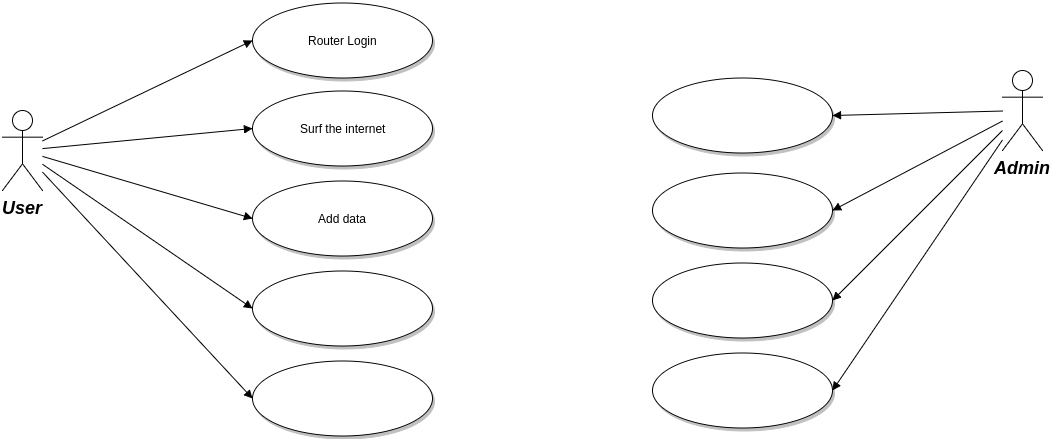
Before: Images/Case-Diagram-Surveillance.png, a diagram exported from draw.io (PeterRayner/COS301_Team_Haskell_Phase2). Source tidied: cells renumbered, new cells last; positions are measured from the earlier drawing's top-left corner, leaving out a move shared by most shapes. The source it was exported from:
```xml
<mxGraphModel background="#ffffff">
  <root>
    <mxCell id="0" style="html=1;" />
    <mxCell id="1" style="html=1;" parent="0" />
    <mxCell id="2" value="User" style="shape=umlActor;verticalLabelPosition=bottom;verticalAlign=top;fillColor=#FFFFFF;strokeColor=#000000;fontStyle=3;fontSize=18;fontFamily=Helvetica;strokeWidth=1;html=1;gradientColor=none;" parent="1" vertex="1">
      <mxGeometry y="108" width="40" height="80" as="geometry" />
    </mxCell>
    <mxCell id="3" value="Admin" style="shape=umlActor;verticalLabelPosition=bottom;verticalAlign=top;fillColor=#FFFFFF;strokeColor=#000000;fontStyle=3;fontSize=18;fontFamily=Helvetica;strokeWidth=1;html=1;gradientColor=none;" parent="1" vertex="1">
      <mxGeometry x="1000" y="68" width="40" height="80" as="geometry" />
    </mxCell>
    <mxCell id="4" value="Router Login" style="shape=mxgraph.flowchart.on-page_reference;fillColor=#FFFFFF;strokeColor=#000000;strokeWidth=1;shadow=1;gradientColor=none;html=1;" parent="1" vertex="1">
      <mxGeometry x="250" y="0.5" width="180" height="75" as="geometry" />
    </mxCell>
    <mxCell id="5" value="Surf the internet" style="shape=mxgraph.flowchart.on-page_reference;fillColor=#FFFFFF;strokeColor=#000000;strokeWidth=1;shadow=1;gradientColor=none;html=1;" parent="1" vertex="1">
      <mxGeometry x="250" y="88" width="180" height="75" as="geometry" />
    </mxCell>
    <mxCell id="6" value="Add data" style="shape=mxgraph.flowchart.on-page_reference;fillColor=#FFFFFF;strokeColor=#000000;strokeWidth=1;shadow=1;gradientColor=none;html=1;" parent="1" vertex="1">
      <mxGeometry x="250" y="178" width="180" height="75" as="geometry" />
    </mxCell>
    <mxCell id="7" style="shape=mxgraph.flowchart.on-page_reference;fillColor=#FFFFFF;strokeColor=#000000;strokeWidth=1;shadow=1;gradientColor=none;html=1;" parent="1" vertex="1">
      <mxGeometry x="250" y="268" width="180" height="75" as="geometry" />
    </mxCell>
    <mxCell id="8" style="shape=mxgraph.flowchart.on-page_reference;fillColor=#FFFFFF;strokeColor=#000000;strokeWidth=1;shadow=1;gradientColor=none;html=1;" parent="1" vertex="1">
      <mxGeometry x="250" y="358" width="180" height="75" as="geometry" />
    </mxCell>
    <mxCell id="9" style="shape=mxgraph.flowchart.on-page_reference;fillColor=#FFFFFF;strokeColor=#000000;strokeWidth=1;shadow=1;gradientColor=none;html=1;" parent="1" vertex="1">
      <mxGeometry x="650" y="75.5" width="180" height="75" as="geometry" />
    </mxCell>
    <mxCell id="10" style="shape=mxgraph.flowchart.on-page_reference;fillColor=#FFFFFF;strokeColor=#000000;strokeWidth=1;shadow=1;gradientColor=none;html=1;" parent="1" vertex="1">
      <mxGeometry x="650" y="170.5" width="180" height="75" as="geometry" />
    </mxCell>
    <mxCell id="11" style="shape=mxgraph.flowchart.on-page_reference;fillColor=#FFFFFF;strokeColor=#000000;strokeWidth=1;shadow=1;gradientColor=none;html=1;" parent="1" vertex="1">
      <mxGeometry x="650" y="260.5" width="180" height="75" as="geometry" />
    </mxCell>
    <mxCell id="12" style="shape=mxgraph.flowchart.on-page_reference;fillColor=#FFFFFF;strokeColor=#000000;strokeWidth=1;shadow=1;gradientColor=none;html=1;" parent="1" vertex="1">
      <mxGeometry x="650" y="350.5" width="180" height="75" as="geometry" />
    </mxCell>
    <mxCell id="13" style="edgeStyle=none;entryX=0;entryY=0.5;entryPerimeter=0;strokeWidth=1;endArrow=block;endFill=1;strokeColor=#000000;html=1;" parent="1" edge="1" source="2" target="4">
      <mxGeometry as="geometry" />
    </mxCell>
    <mxCell id="14" style="edgeStyle=none;entryX=0;entryY=0.5;entryPerimeter=0;strokeWidth=1;endArrow=block;endFill=1;strokeColor=#000000;html=1;" parent="1" edge="1" source="2" target="5">
      <mxGeometry as="geometry" />
    </mxCell>
    <mxCell id="15" style="edgeStyle=none;entryX=0;entryY=0.5;entryPerimeter=0;strokeWidth=1;endArrow=block;endFill=1;strokeColor=#000000;html=1;" parent="1" edge="1" source="2" target="6">
      <mxGeometry as="geometry" />
    </mxCell>
    <mxCell id="16" style="edgeStyle=none;entryX=0;entryY=0.5;entryPerimeter=0;strokeWidth=1;endArrow=block;endFill=1;strokeColor=#000000;html=1;" parent="1" edge="1" source="2" target="7">
      <mxGeometry as="geometry" />
    </mxCell>
    <mxCell id="17" style="edgeStyle=none;entryX=0;entryY=0.5;entryPerimeter=0;strokeWidth=1;endArrow=block;endFill=1;strokeColor=#000000;html=1;" parent="1" edge="1" source="2" target="8">
      <mxGeometry as="geometry" />
    </mxCell>
    <mxCell id="18" style="edgeStyle=none;entryX=1;entryY=0.5;entryPerimeter=0;strokeWidth=1;endArrow=block;endFill=1;strokeColor=#000000;html=1;" parent="1" edge="1" source="3" target="9">
      <mxGeometry as="geometry" />
    </mxCell>
    <mxCell id="19" style="edgeStyle=none;entryX=1;entryY=0.5;entryPerimeter=0;strokeWidth=1;endArrow=block;endFill=1;strokeColor=#000000;html=1;" parent="1" edge="1" source="3" target="10">
      <mxGeometry as="geometry" />
    </mxCell>
    <mxCell id="20" style="edgeStyle=none;entryX=1;entryY=0.5;entryPerimeter=0;strokeWidth=1;endArrow=block;endFill=1;strokeColor=#000000;html=1;" parent="1" edge="1" source="3" target="11">
      <mxGeometry as="geometry" />
    </mxCell>
    <mxCell id="21" style="edgeStyle=none;entryX=1;entryY=0.5;entryPerimeter=0;strokeWidth=1;endArrow=block;endFill=1;strokeColor=#000000;html=1;" parent="1" edge="1" source="3" target="12">
      <mxGeometry as="geometry" />
    </mxCell>
  </root>
</mxGraphModel>
```
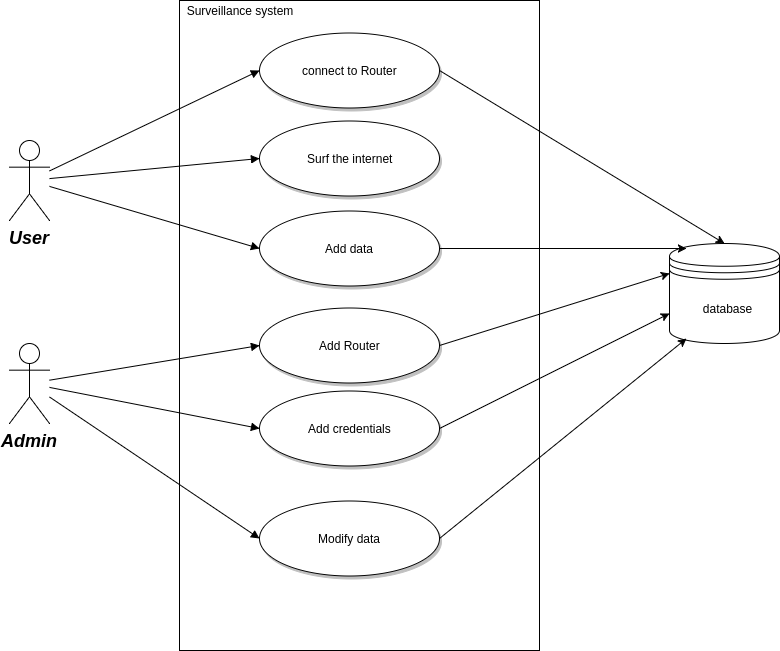
The same diagram one commit later.

Commit message:
Update LaTeX file. Added Surveillance diagrams, updated Data diagrams, updated User diagrams. Added Surveillance description

Diff of the diagram source:
```diff
@@ -2,13 +2,16 @@
   <root>
     <mxCell id="0" style="html=1;" />
     <mxCell id="1" style="html=1;" parent="0" />
+    <mxCell id="22" style="whiteSpace=wrap;html=1;" parent="1" vertex="1">
+      <mxGeometry x="170" y="-32" width="360" height="650" as="geometry" />
+    </mxCell>
     <mxCell id="2" value="User" style="shape=umlActor;verticalLabelPosition=bottom;verticalAlign=top;fillColor=#FFFFFF;strokeColor=#000000;fontStyle=3;fontSize=18;fontFamily=Helvetica;strokeWidth=1;html=1;gradientColor=none;" parent="1" vertex="1">
       <mxGeometry y="108" width="40" height="80" as="geometry" />
     </mxCell>
     <mxCell id="3" value="Admin" style="shape=umlActor;verticalLabelPosition=bottom;verticalAlign=top;fillColor=#FFFFFF;strokeColor=#000000;fontStyle=3;fontSize=18;fontFamily=Helvetica;strokeWidth=1;html=1;gradientColor=none;" parent="1" vertex="1">
-      <mxGeometry x="1000" y="68" width="40" height="80" as="geometry" />
+      <mxGeometry y="311" width="40" height="80" as="geometry" />
     </mxCell>
-    <mxCell id="4" value="Router Login" style="shape=mxgraph.flowchart.on-page_reference;fillColor=#FFFFFF;strokeColor=#000000;strokeWidth=1;shadow=1;gradientColor=none;html=1;" parent="1" vertex="1">
+    <mxCell id="4" value="connect to Router" style="shape=mxgraph.flowchart.on-page_reference;fillColor=#FFFFFF;strokeColor=#000000;strokeWidth=1;shadow=1;gradientColor=none;html=1;" parent="1" vertex="1">
       <mxGeometry x="250" y="0.5" width="180" height="75" as="geometry" />
     </mxCell>
     <mxCell id="5" value="Surf the internet" style="shape=mxgraph.flowchart.on-page_reference;fillColor=#FFFFFF;strokeColor=#000000;strokeWidth=1;shadow=1;gradientColor=none;html=1;" parent="1" vertex="1">
@@ -17,24 +20,15 @@
     <mxCell id="6" value="Add data" style="shape=mxgraph.flowchart.on-page_reference;fillColor=#FFFFFF;strokeColor=#000000;strokeWidth=1;shadow=1;gradientColor=none;html=1;" parent="1" vertex="1">
       <mxGeometry x="250" y="178" width="180" height="75" as="geometry" />
     </mxCell>
-    <mxCell id="7" style="shape=mxgraph.flowchart.on-page_reference;fillColor=#FFFFFF;strokeColor=#000000;strokeWidth=1;shadow=1;gradientColor=none;html=1;" parent="1" vertex="1">
-      <mxGeometry x="250" y="268" width="180" height="75" as="geometry" />
-    </mxCell>
-    <mxCell id="8" style="shape=mxgraph.flowchart.on-page_reference;fillColor=#FFFFFF;strokeColor=#000000;strokeWidth=1;shadow=1;gradientColor=none;html=1;" parent="1" vertex="1">
-      <mxGeometry x="250" y="358" width="180" height="75" as="geometry" />
-    </mxCell>
-    <mxCell id="9" style="shape=mxgraph.flowchart.on-page_reference;fillColor=#FFFFFF;strokeColor=#000000;strokeWidth=1;shadow=1;gradientColor=none;html=1;" parent="1" vertex="1">
-      <mxGeometry x="650" y="75.5" width="180" height="75" as="geometry" />
+    <mxCell id="9" value="Add Router" style="shape=mxgraph.flowchart.on-page_reference;fillColor=#FFFFFF;strokeColor=#000000;strokeWidth=1;shadow=1;gradientColor=none;html=1;" parent="1" vertex="1">
+      <mxGeometry x="250" y="275.5" width="180" height="75" as="geometry" />
     </mxCell>
-    <mxCell id="10" style="shape=mxgraph.flowchart.on-page_reference;fillColor=#FFFFFF;strokeColor=#000000;strokeWidth=1;shadow=1;gradientColor=none;html=1;" parent="1" vertex="1">
-      <mxGeometry x="650" y="170.5" width="180" height="75" as="geometry" />
+    <mxCell id="10" value="Add credentials" style="shape=mxgraph.flowchart.on-page_reference;fillColor=#FFFFFF;strokeColor=#000000;strokeWidth=1;shadow=1;gradientColor=none;html=1;" parent="1" vertex="1">
+      <mxGeometry x="250" y="358.5" width="180" height="75" as="geometry" />
     </mxCell>
-    <mxCell id="11" style="shape=mxgraph.flowchart.on-page_reference;fillColor=#FFFFFF;strokeColor=#000000;strokeWidth=1;shadow=1;gradientColor=none;html=1;" parent="1" vertex="1">
-      <mxGeometry x="650" y="260.5" width="180" height="75" as="geometry" />
+    <mxCell id="11" value="Modify data" style="shape=mxgraph.flowchart.on-page_reference;fillColor=#FFFFFF;strokeColor=#000000;strokeWidth=1;shadow=1;gradientColor=none;html=1;" parent="1" vertex="1">
+      <mxGeometry x="250" y="468.5" width="180" height="75" as="geometry" />
     </mxCell>
-    <mxCell id="12" style="shape=mxgraph.flowchart.on-page_reference;fillColor=#FFFFFF;strokeColor=#000000;strokeWidth=1;shadow=1;gradientColor=none;html=1;" parent="1" vertex="1">
-      <mxGeometry x="650" y="350.5" width="180" height="75" as="geometry" />
-    </mxCell>
     <mxCell id="13" style="edgeStyle=none;entryX=0;entryY=0.5;entryPerimeter=0;strokeWidth=1;endArrow=block;endFill=1;strokeColor=#000000;html=1;" parent="1" edge="1" source="2" target="4">
       <mxGeometry as="geometry" />
     </mxCell>
@@ -44,23 +38,38 @@
     <mxCell id="15" style="edgeStyle=none;entryX=0;entryY=0.5;entryPerimeter=0;strokeWidth=1;endArrow=block;endFill=1;strokeColor=#000000;html=1;" parent="1" edge="1" source="2" target="6">
       <mxGeometry as="geometry" />
     </mxCell>
-    <mxCell id="16" style="edgeStyle=none;entryX=0;entryY=0.5;entryPerimeter=0;strokeWidth=1;endArrow=block;endFill=1;strokeColor=#000000;html=1;" parent="1" edge="1" source="2" target="7">
-      <mxGeometry as="geometry" />
-    </mxCell>
-    <mxCell id="17" style="edgeStyle=none;entryX=0;entryY=0.5;entryPerimeter=0;strokeWidth=1;endArrow=block;endFill=1;strokeColor=#000000;html=1;" parent="1" edge="1" source="2" target="8">
-      <mxGeometry as="geometry" />
-    </mxCell>
-    <mxCell id="18" style="edgeStyle=none;entryX=1;entryY=0.5;entryPerimeter=0;strokeWidth=1;endArrow=block;endFill=1;strokeColor=#000000;html=1;" parent="1" edge="1" source="3" target="9">
+    <mxCell id="18" style="edgeStyle=none;entryX=0;entryY=0.5;entryPerimeter=0;strokeWidth=1;endArrow=block;endFill=1;strokeColor=#000000;html=1;" parent="1" edge="1" source="3" target="9">
       <mxGeometry as="geometry" />
     </mxCell>
-    <mxCell id="19" style="edgeStyle=none;entryX=1;entryY=0.5;entryPerimeter=0;strokeWidth=1;endArrow=block;endFill=1;strokeColor=#000000;html=1;" parent="1" edge="1" source="3" target="10">
+    <mxCell id="19" style="edgeStyle=none;entryX=0;entryY=0.5;entryPerimeter=0;strokeWidth=1;endArrow=block;endFill=1;strokeColor=#000000;html=1;" parent="1" edge="1" source="3" target="10">
       <mxGeometry as="geometry" />
     </mxCell>
-    <mxCell id="20" style="edgeStyle=none;entryX=1;entryY=0.5;entryPerimeter=0;strokeWidth=1;endArrow=block;endFill=1;strokeColor=#000000;html=1;" parent="1" edge="1" source="3" target="11">
+    <mxCell id="20" style="edgeStyle=none;entryX=0;entryY=0.5;entryPerimeter=0;strokeWidth=1;endArrow=block;endFill=1;strokeColor=#000000;html=1;" parent="1" edge="1" source="3" target="11">
       <mxGeometry as="geometry" />
     </mxCell>
-    <mxCell id="21" style="edgeStyle=none;entryX=1;entryY=0.5;entryPerimeter=0;strokeWidth=1;endArrow=block;endFill=1;strokeColor=#000000;html=1;" parent="1" edge="1" source="3" target="12">
-      <mxGeometry as="geometry" />
-    </mxCell>
+    <mxCell id="23" value="Surveillance system" style="text;html=1;strokeColor=none;fillColor=none;align=center;verticalAlign=middle;whiteSpace=wrap;" parent="1" vertex="1">
+      <mxGeometry x="170" y="-32" width="120" height="20" as="geometry" />
+    </mxCell>
+    <mxCell id="24" style="shape=datastore;whiteSpace=wrap;html=1;" parent="1" vertex="1">
+      <mxGeometry x="660" y="211" width="110" height="100" as="geometry" />
+    </mxCell>
+    <mxCell id="25" value="database" style="text;html=1;strokeColor=none;fillColor=none;align=center;verticalAlign=middle;whiteSpace=wrap;" parent="1" vertex="1">
+      <mxGeometry x="675" y="260" width="85" height="32" as="geometry" />
+    </mxCell>
+    <mxCell id="26" style="endArrow=classic;html=1;entryX=0.15;entryY=0.95;entryPerimeter=0;exitX=1;exitY=0.5;exitPerimeter=0;" parent="1" edge="1" source="11" target="24">
+      <mxGeometry relative="1" as="geometry" />
+    </mxCell>
+    <mxCell id="27" style="endArrow=classic;html=1;entryX=0;entryY=0.7;exitX=1;exitY=0.5;exitPerimeter=0;" parent="1" edge="1" source="10" target="24">
+      <mxGeometry relative="1" as="geometry" />
+    </mxCell>
+    <mxCell id="28" style="endArrow=classic;html=1;entryX=0;entryY=0.3;exitX=1;exitY=0.5;exitPerimeter=0;" parent="1" edge="1" source="9" target="24">
+      <mxGeometry relative="1" as="geometry" />
+    </mxCell>
+    <mxCell id="29" style="endArrow=classic;html=1;entryX=0.15;entryY=0.05;entryPerimeter=0;exitX=1;exitY=0.5;exitPerimeter=0;" parent="1" edge="1" source="6" target="24">
+      <mxGeometry relative="1" as="geometry" />
+    </mxCell>
+    <mxCell id="30" style="endArrow=classic;html=1;entryX=0.5;entryY=0;exitX=1;exitY=0.5;exitPerimeter=0;" parent="1" edge="1" source="4" target="24">
+      <mxGeometry relative="1" as="geometry" />
+    </mxCell>
   </root>
 </mxGraphModel>
```
